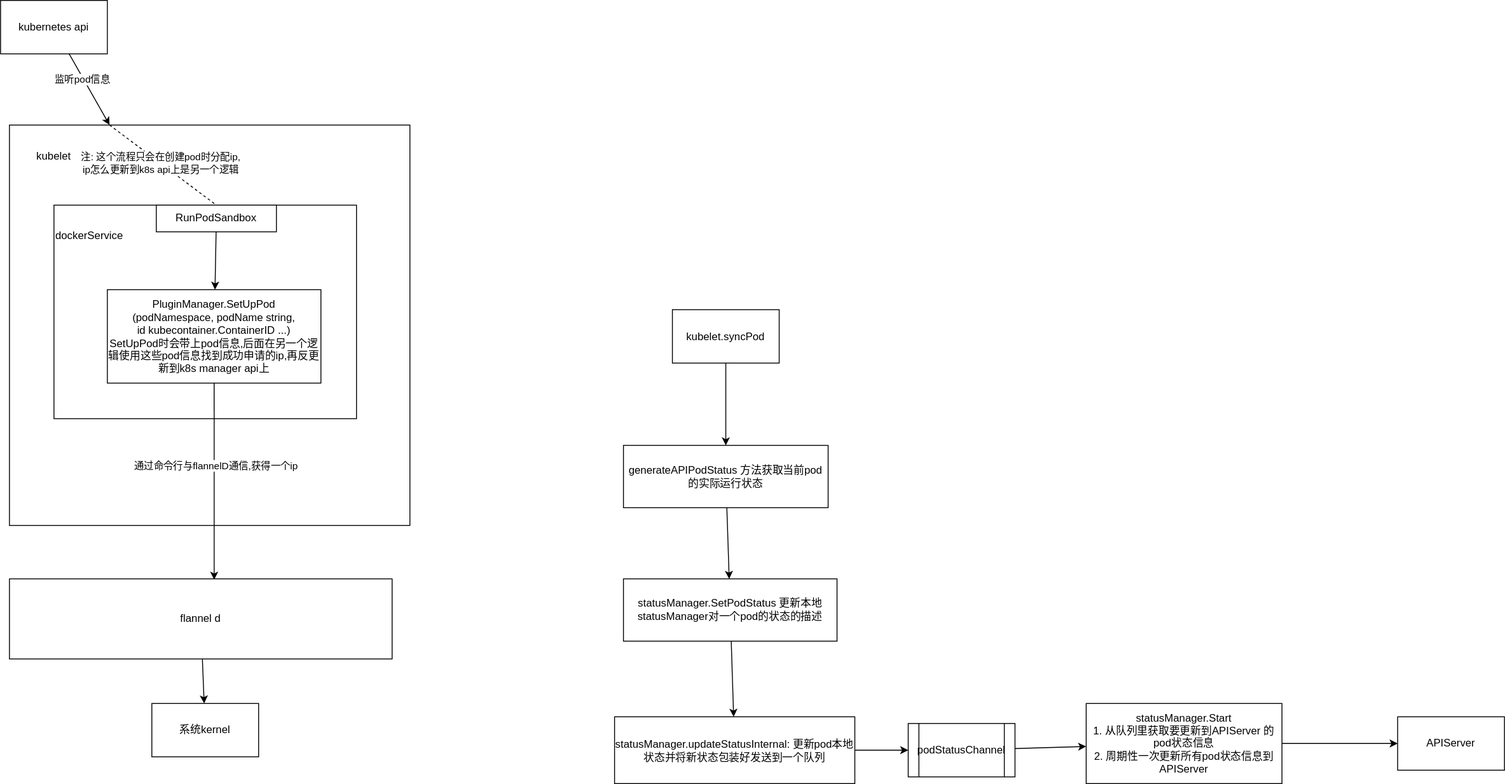
Before: Kubernetes/pod_ip.apply.drawio.svg, a diagram exported from draw.io (FanHa/fanha.github.io). Source tidied: cells renumbered, new cells last; positions are measured from the earlier drawing's top-left corner, leaving out a move shared by most shapes.
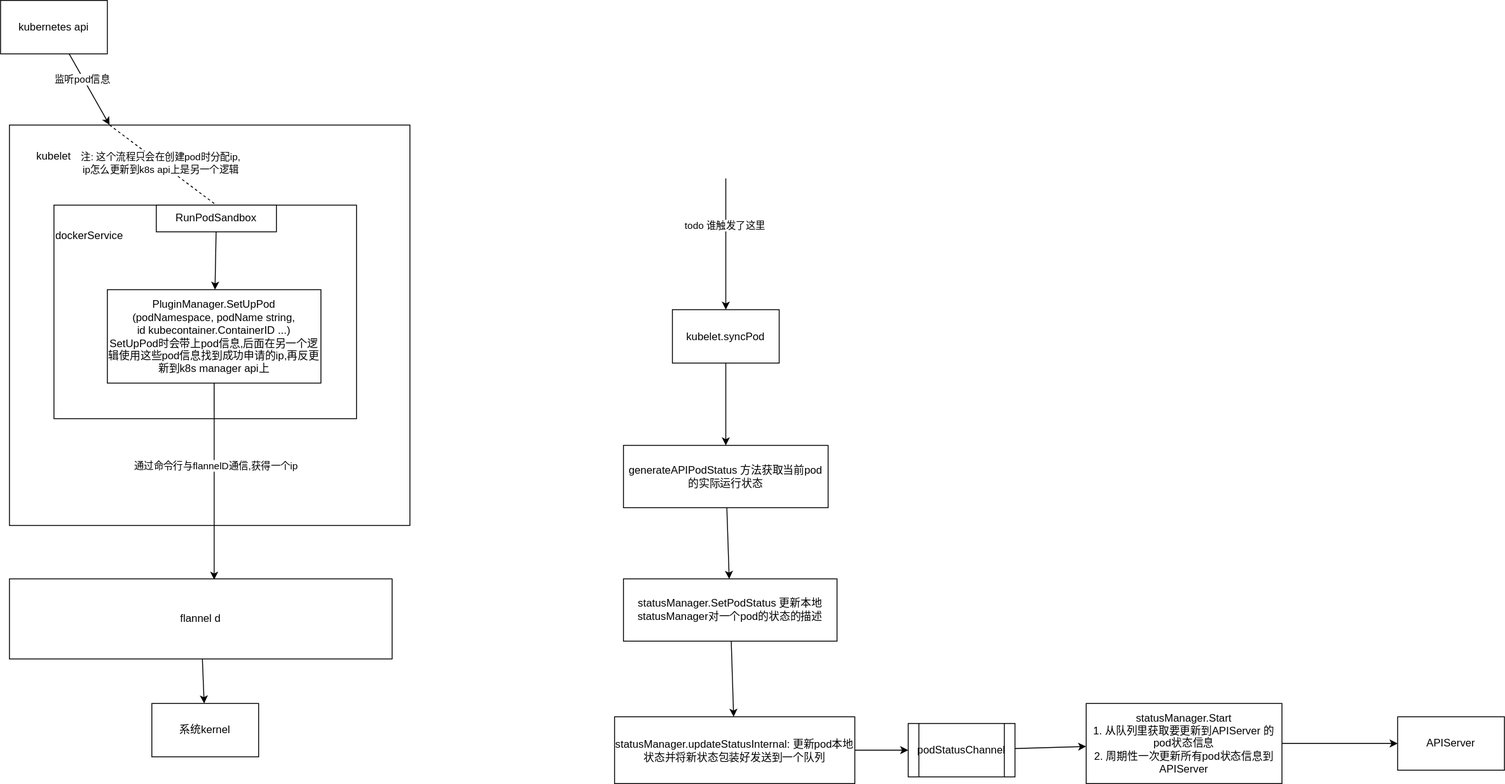
The same diagram one commit later.

What changed in the source:
```diff
@@ -97,5 +97,13 @@
     <mxCell id="32" value="APIServer" style="whiteSpace=wrap;html=1;" parent="1" vertex="1">
       <mxGeometry x="1570" y="805" width="120" height="60" as="geometry" />
     </mxCell>
+    <mxCell id="33" style="endArrow=classic;html=1;entryX=0.5;entryY=0;entryDx=0;entryDy=0;" parent="1" edge="1" target="21">
+      <mxGeometry relative="1" as="geometry">
+        <mxPoint x="815" y="200" as="sourcePoint" />
+      </mxGeometry>
+    </mxCell>
+    <mxCell id="34" value="todo 谁触发了这里" style="edgeLabel;html=1;align=center;verticalAlign=middle;" parent="33" vertex="1">
+      <mxGeometry x="-0.29" y="-2" relative="1" as="geometry" />
+    </mxCell>
   </root>
 </mxGraphModel>
```
